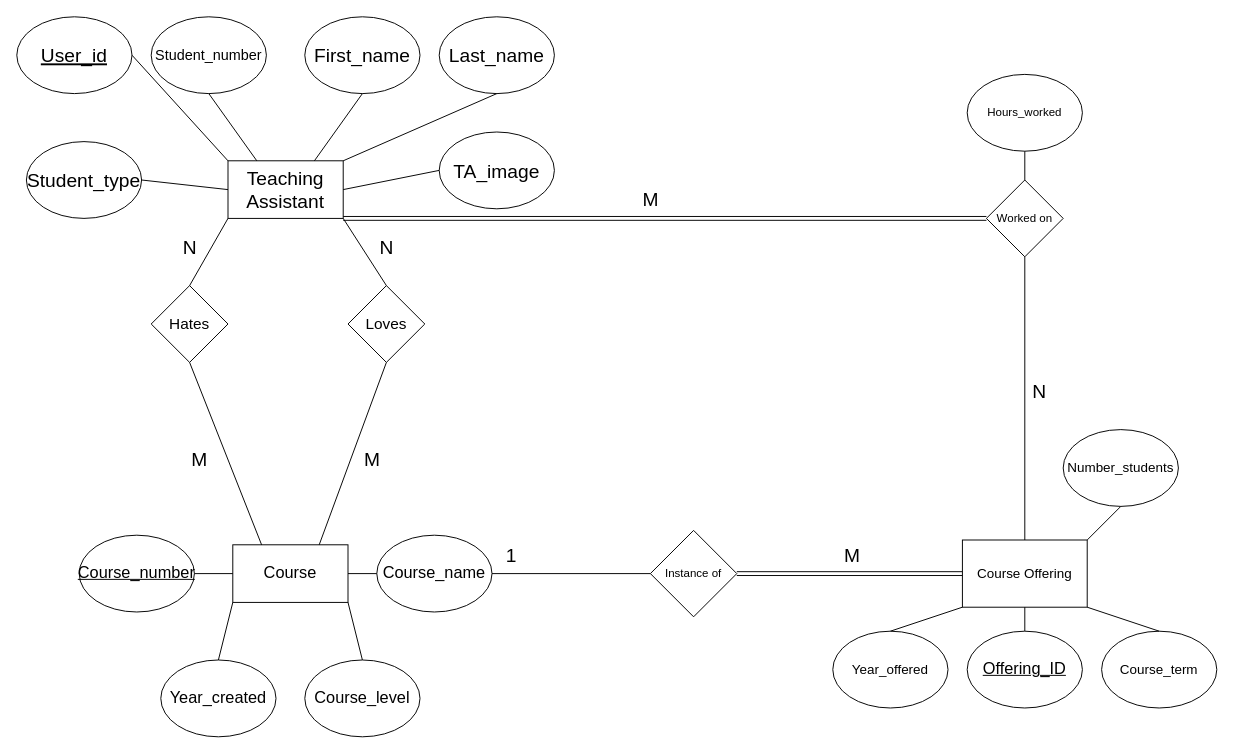
Before: 3319a2.drawio in benjaminnamo/databases, a draw.io diagram. Source tidied: cells renumbered, new cells numbered last; positions are measured from the earlier drawing's top-left corner, leaving out a move shared by most shapes. Both pictures are drawn from the tidied source at 96%, with x=0, y=0 at pixel (16, 16).
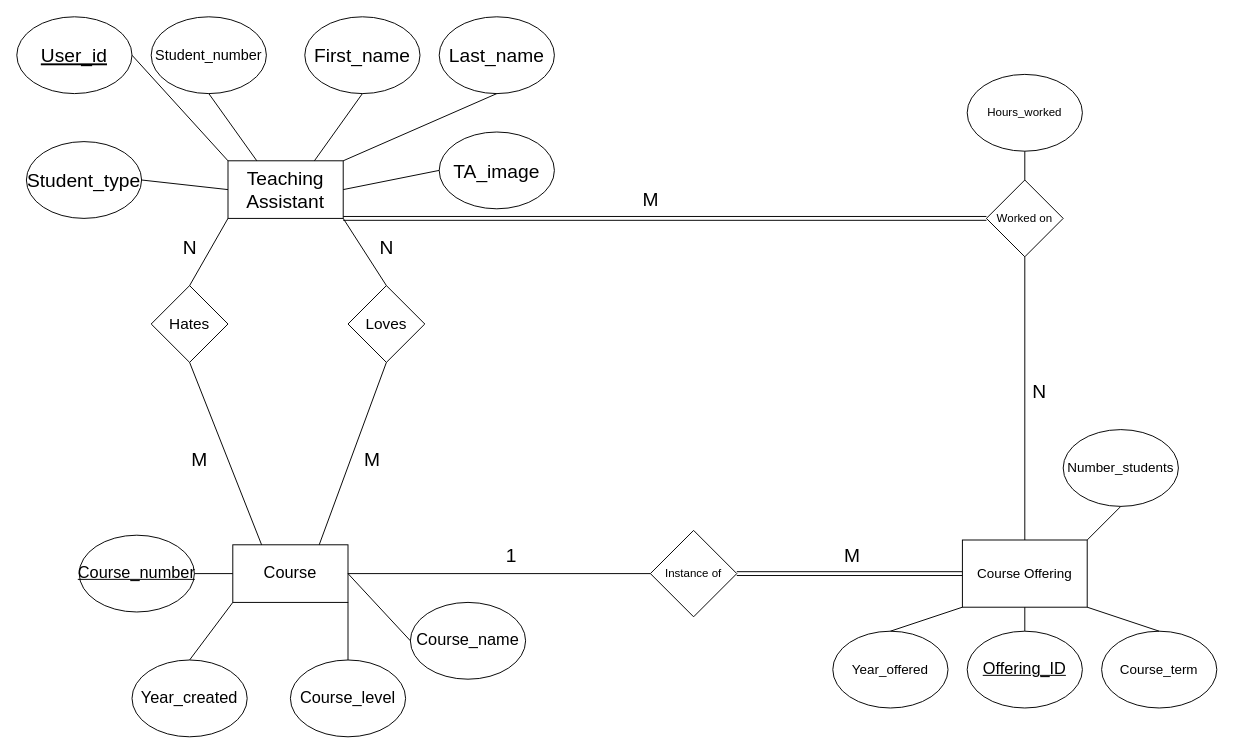
After the change.

Unchanged cells that the change refers to:
```xml
<mxCell id="15" value="Course" style="rounded=0;whiteSpace=wrap;html=1;fontSize=17;" parent="1" vertex="1">
  <mxGeometry x="225" y="550" width="120" height="60" as="geometry" />
</mxCell>
<mxCell id="32" value="Instance of" style="rhombus;whiteSpace=wrap;html=1;" parent="1" vertex="1">
  <mxGeometry x="660" y="535" width="90" height="90" as="geometry" />
</mxCell>
```

The edit, as a diff of the source:
```diff
@@
     <mxCell id="17" value="Course_name" style="ellipse;whiteSpace=wrap;html=1;fontSize=17;" parent="1" vertex="1">
-      <mxGeometry x="375" y="540" width="120" height="80" as="geometry" />
+      <mxGeometry x="410" y="610" width="120" height="80" as="geometry" />
     </mxCell>
     <mxCell id="18" value="Course_level" style="ellipse;whiteSpace=wrap;html=1;fontSize=17;" parent="1" vertex="1">
-      <mxGeometry x="300" y="670" width="120" height="80" as="geometry" />
+      <mxGeometry x="285" y="670" width="120" height="80" as="geometry" />
     </mxCell>
     <mxCell id="19" value="Year_created" style="ellipse;whiteSpace=wrap;html=1;fontSize=17;" parent="1" vertex="1">
-      <mxGeometry x="150" y="670" width="120" height="80" as="geometry" />
+      <mxGeometry x="120" y="670" width="120" height="80" as="geometry" />
     </mxCell>
@@
-    <mxCell id="34" style="endArrow=none;html=1;rounded=0;entryX=1;entryY=0.5;entryDx=0;entryDy=0;exitX=0;exitY=0.5;exitDx=0;exitDy=0;" parent="1" edge="1" source="32" target="17">
+    <mxCell id="34" style="endArrow=none;html=1;rounded=0;entryX=1;entryY=0.5;entryDx=0;entryDy=0;exitX=0;exitY=0.5;exitDx=0;exitDy=0;" parent="1" edge="1" source="32" target="15">
       <mxGeometry relative="1" as="geometry" />
     </mxCell>
```
